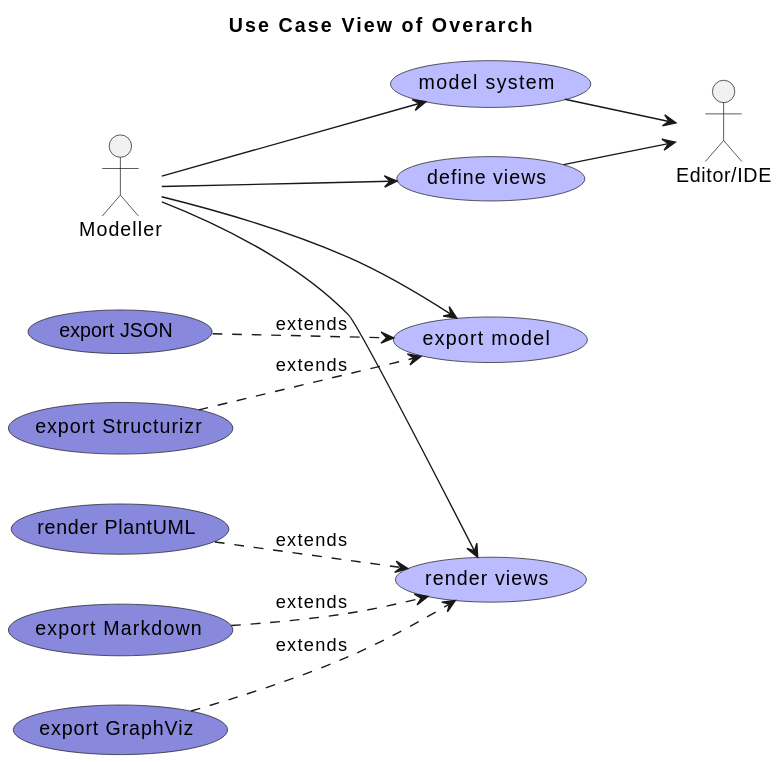
The PlantUML diagram doc/images/overarch/use-cases/overarch-use-case-view.svg in soulspace-org/overarch, before a commit. Source of this version:
```plantuml
@startuml
left to right direction



title Use Case View of Overarch
actor "Modeller" as overarch_roles_modeller
actor "Editor/IDE" as overarch_architecture_editor
usecase "model system" as (overarch_useCase_modelSystem) #BBBBFF
usecase "define views" as (overarch_useCase_defineViews) #BBBBFF
usecase "export model" as (overarch_useCase_exportModel) #BBBBFF
usecase "export JSON" as (overarch_useCase_exportJson) #8888DD
usecase "export Structurizr" as (overarch_useCase_exportStructurizr) #8888DD
usecase "render views" as (overarch_useCase_renderViews) #BBBBFF
usecase "render PlantUML" as (overarch_useCase_renderPlantuml) #8888DD
usecase "export Markdown" as (overarch_useCase_renderMarkdown) #8888DD
usecase "export GraphViz" as (overarch_useCase_renderGraphviz) #8888DD
overarch_roles_modeller --> overarch_useCase_modelSystem
overarch_useCase_defineViews --> overarch_architecture_editor
overarch_roles_modeller --> overarch_useCase_defineViews
overarch_roles_modeller --> overarch_useCase_renderViews
overarch_useCase_exportJson ..> overarch_useCase_exportModel : extends
overarch_useCase_renderMarkdown ..> overarch_useCase_renderViews : extends
overarch_roles_modeller --> overarch_useCase_exportModel
overarch_useCase_modelSystem --> overarch_architecture_editor
overarch_useCase_renderGraphviz ..> overarch_useCase_renderViews : extends
overarch_useCase_renderPlantuml ..> overarch_useCase_renderViews : extends
overarch_useCase_exportStructurizr ..> overarch_useCase_exportModel : extends
@enduml
```
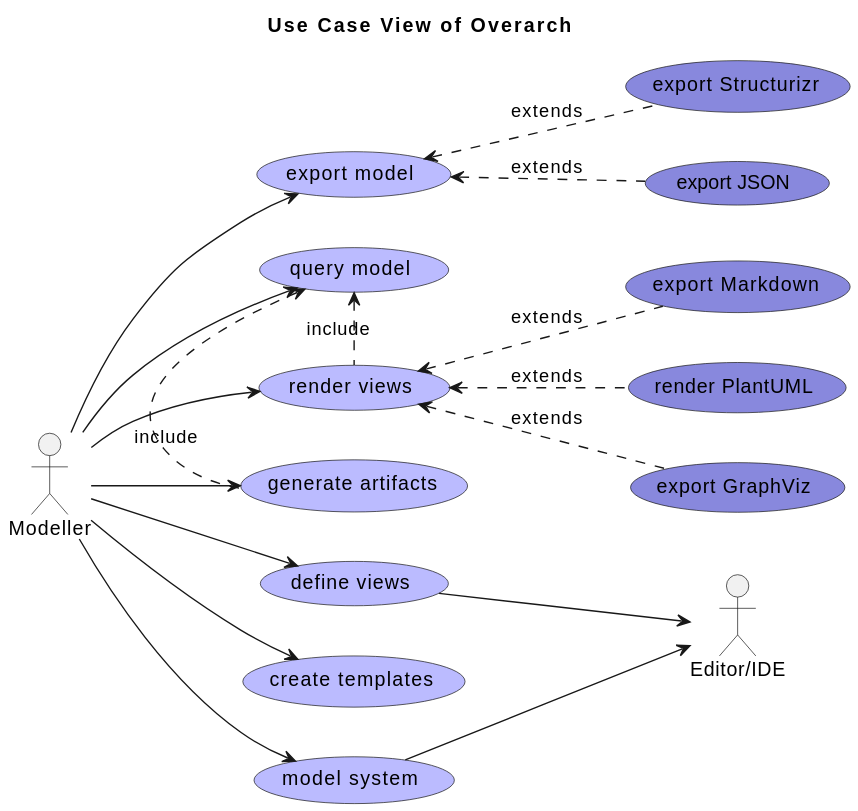
After the commit.

Commit message:
updated overarch use case model

What changed in the source:
```diff
@@ -2,28 +2,36 @@
 left to right direction
 
 
+title Use Case View of Overarch
 
-title Use Case View of Overarch
+actor "Editor/IDE" as overarch_architecture_editor
+usecase "define views" as (overarch_useCase_defineViews) #BBBBFF
+usecase "generate artifacts" as (overarch_useCase_generateArtifacts) #BBBBFF
+usecase "render PlantUML" as (overarch_useCase_renderPlantuml) #8888DD
+usecase "export model" as (overarch_useCase_exportModel) #BBBBFF
+usecase "render views" as (overarch_useCase_renderViews) #BBBBFF
 actor "Modeller" as overarch_roles_modeller
-actor "Editor/IDE" as overarch_architecture_editor
+usecase "export JSON" as (overarch_useCase_exportJson) #8888DD
+usecase "query model" as (overarch_useCase_queryModel) #BBBBFF
+usecase "create templates" as (overarch_useCase_createTemplates) #BBBBFF
+usecase "export GraphViz" as (overarch_useCase_renderGraphviz) #8888DD
 usecase "model system" as (overarch_useCase_modelSystem) #BBBBFF
-usecase "define views" as (overarch_useCase_defineViews) #BBBBFF
-usecase "export model" as (overarch_useCase_exportModel) #BBBBFF
-usecase "export JSON" as (overarch_useCase_exportJson) #8888DD
+usecase "export Markdown" as (overarch_useCase_renderMarkdown) #8888DD
 usecase "export Structurizr" as (overarch_useCase_exportStructurizr) #8888DD
-usecase "render views" as (overarch_useCase_renderViews) #BBBBFF
-usecase "render PlantUML" as (overarch_useCase_renderPlantuml) #8888DD
-usecase "export Markdown" as (overarch_useCase_renderMarkdown) #8888DD
-usecase "export GraphViz" as (overarch_useCase_renderGraphviz) #8888DD
+overarch_roles_modeller --> overarch_useCase_generateArtifacts
 overarch_roles_modeller --> overarch_useCase_modelSystem
 overarch_useCase_defineViews --> overarch_architecture_editor
+overarch_roles_modeller --> overarch_useCase_queryModel
 overarch_roles_modeller --> overarch_useCase_defineViews
 overarch_roles_modeller --> overarch_useCase_renderViews
-overarch_useCase_exportJson ..> overarch_useCase_exportModel : extends
-overarch_useCase_renderMarkdown ..> overarch_useCase_renderViews : extends
+overarch_roles_modeller --> overarch_useCase_createTemplates
+overarch_useCase_exportJson .up.> overarch_useCase_exportModel : extends
+overarch_useCase_renderMarkdown .up.> overarch_useCase_renderViews : extends
 overarch_roles_modeller --> overarch_useCase_exportModel
 overarch_useCase_modelSystem --> overarch_architecture_editor
-overarch_useCase_renderGraphviz ..> overarch_useCase_renderViews : extends
-overarch_useCase_renderPlantuml ..> overarch_useCase_renderViews : extends
-overarch_useCase_exportStructurizr ..> overarch_useCase_exportModel : extends
+overarch_useCase_renderGraphviz .up.> overarch_useCase_renderViews : extends
+overarch_useCase_renderPlantuml .up.> overarch_useCase_renderViews : extends
+overarch_useCase_generateArtifacts .left.> overarch_useCase_queryModel : include
+overarch_useCase_renderViews .left.> overarch_useCase_queryModel : include
+overarch_useCase_exportStructurizr .up.> overarch_useCase_exportModel : extends
 @enduml
```
